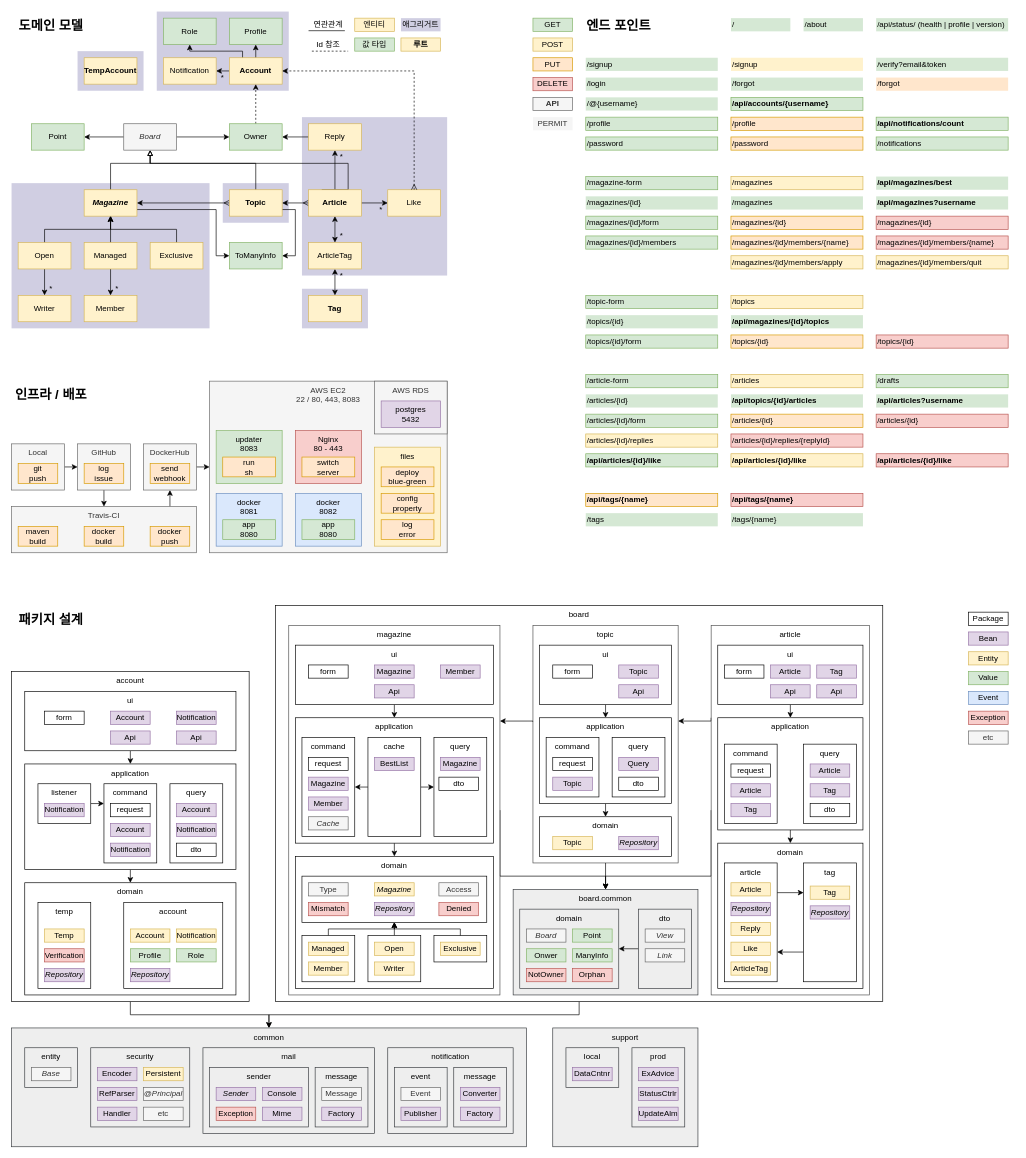
Earlier version of the draw.io diagram diagram.drawio (suloginscene/dinner). Source tidied: cells renumbered, new cells numbered last; positions are measured from the earlier drawing's top-left corner, leaving out a move shared by most shapes. Both pictures are drawn from the tidied source at 66%, with x=0, y=0 at pixel (11, 11).
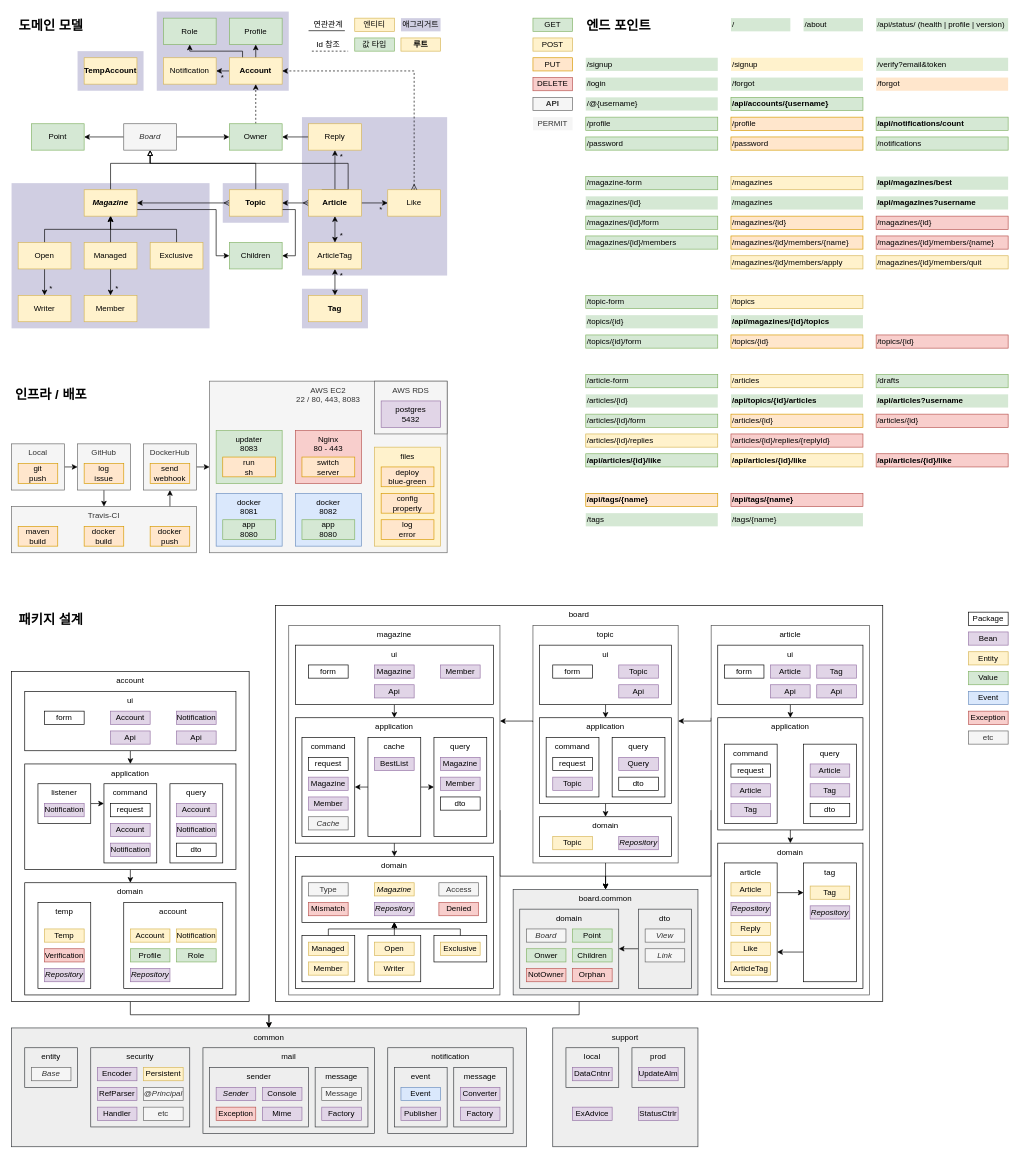
After the change.

Commit message (it also covers changes not shown here):
[#master] docs: Refine diagram

Change to the diagram source:
```diff
@@
-    <mxCell id="107" value="ToManyInfo" style="rounded=0;whiteSpace=wrap;html=1;strokeColor=#82b366;fillColor=#d5e8d4;fontStyle=0;" parent="1" vertex="1">
+    <mxCell id="107" value="Children" style="rounded=0;whiteSpace=wrap;html=1;strokeColor=#82b366;fillColor=#d5e8d4;fontStyle=0;" parent="1" vertex="1">
       <mxGeometry x="330" y="350" width="80" height="40" as="geometry" />
     </mxCell>
@@
     <mxCell id="233" value="dto" style="rounded=0;whiteSpace=wrap;html=1;" parent="1" vertex="1">
-      <mxGeometry x="647.5" y="1160" width="60" height="20" as="geometry" />
+      <mxGeometry x="650" y="1190" width="60" height="20" as="geometry" />
     </mxCell>
@@
-    <mxCell id="283" value="&lt;span style=&quot;font-style: normal&quot;&gt;ManyInfo&lt;/span&gt;" style="rounded=0;whiteSpace=wrap;html=1;strokeColor=#82b366;fillColor=#d5e8d4;fontStyle=2;" parent="1" vertex="1">
+    <mxCell id="283" value="&lt;span style=&quot;font-style: normal&quot;&gt;Children&lt;/span&gt;" style="rounded=0;whiteSpace=wrap;html=1;strokeColor=#82b366;fillColor=#d5e8d4;fontStyle=2;" parent="1" vertex="1">
       <mxGeometry x="850" y="1420" width="60" height="20" as="geometry" />
     </mxCell>
@@
-    <mxCell id="337" value="Event" style="rounded=0;whiteSpace=wrap;html=1;strokeColor=#666666;fillColor=#f5f5f5;fontColor=#333333;fontStyle=0;" parent="1" vertex="1">
+    <mxCell id="337" value="Event" style="rounded=0;whiteSpace=wrap;html=1;strokeColor=#6c8ebf;fillColor=#dae8fc;fontStyle=0;" parent="1" vertex="1">
       <mxGeometry x="590" y="1630" width="60" height="20" as="geometry" />
     </mxCell>
@@
     <mxCell id="344" value="prod" style="rounded=0;whiteSpace=wrap;html=1;horizontal=1;verticalAlign=top;fillColor=#eeeeee;strokeColor=#36393d;align=center;" parent="1" vertex="1">
-      <mxGeometry x="940" y="1570" width="80" height="120" as="geometry" />
+      <mxGeometry x="940" y="1570" width="80" height="60" as="geometry" />
     </mxCell>
     <mxCell id="345" value="ExAdvice" style="rounded=0;whiteSpace=wrap;html=1;strokeColor=#9673a6;fillColor=#e1d5e7;fontStyle=0;" parent="1" vertex="1">
-      <mxGeometry x="950" y="1600" width="60" height="20" as="geometry" />
+      <mxGeometry x="850" y="1660" width="60" height="20" as="geometry" />
     </mxCell>
     <mxCell id="346" value="StatusCtrlr" style="rounded=0;whiteSpace=wrap;html=1;strokeColor=#9673a6;fillColor=#e1d5e7;fontStyle=0;" parent="1" vertex="1">
-      <mxGeometry x="950" y="1630" width="60" height="20" as="geometry" />
+      <mxGeometry x="950" y="1660" width="60" height="20" as="geometry" />
     </mxCell>
     <mxCell id="347" value="UpdateAlm" style="rounded=0;whiteSpace=wrap;html=1;strokeColor=#9673a6;fillColor=#e1d5e7;fontStyle=0;" parent="1" vertex="1">
-      <mxGeometry x="950" y="1660" width="60" height="20" as="geometry" />
+      <mxGeometry x="950" y="1600" width="60" height="20" as="geometry" />
     </mxCell>
+    <mxCell id="348" value="Member" style="rounded=0;whiteSpace=wrap;html=1;strokeColor=#9673a6;fillColor=#e1d5e7;" parent="1" vertex="1">
+      <mxGeometry x="650" y="1160" width="60" height="20" as="geometry" />
+    </mxCell>
```
